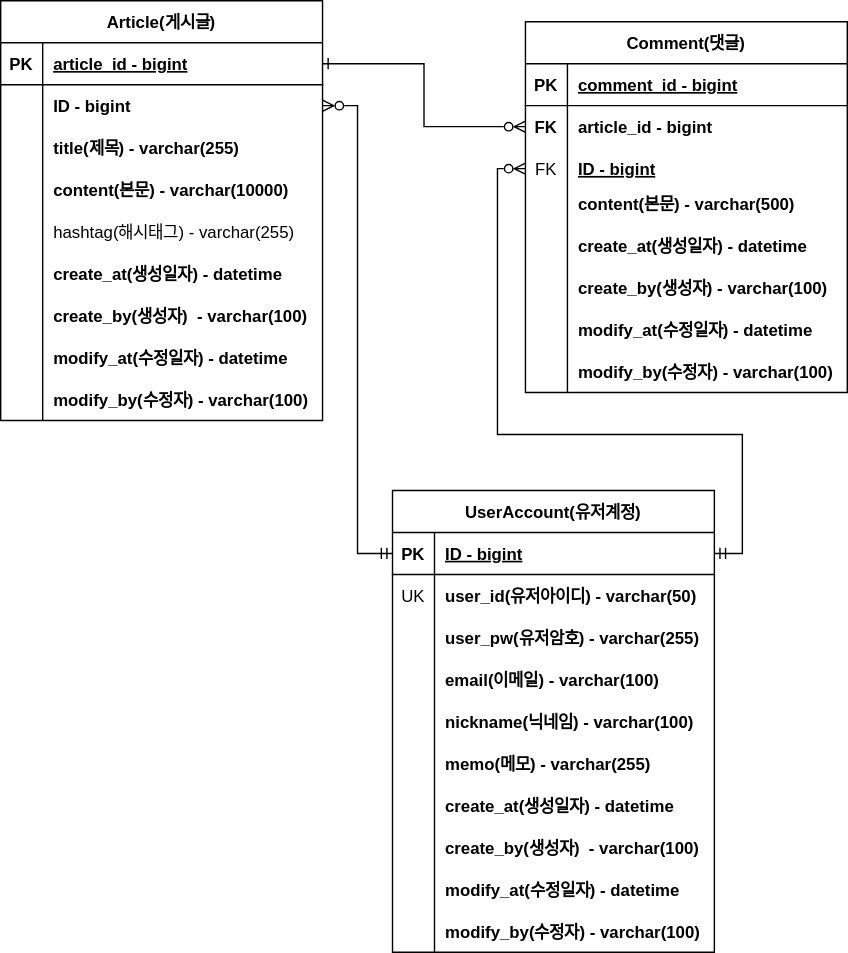
unyo66/KH_Spring keeps this draw.io diagram as project_board/document/ERD.svg. Above is the earlier version. Source tidied: cells renumbered, new cells last; positions are measured from the earlier drawing's top-left corner, leaving out a move shared by most shapes.
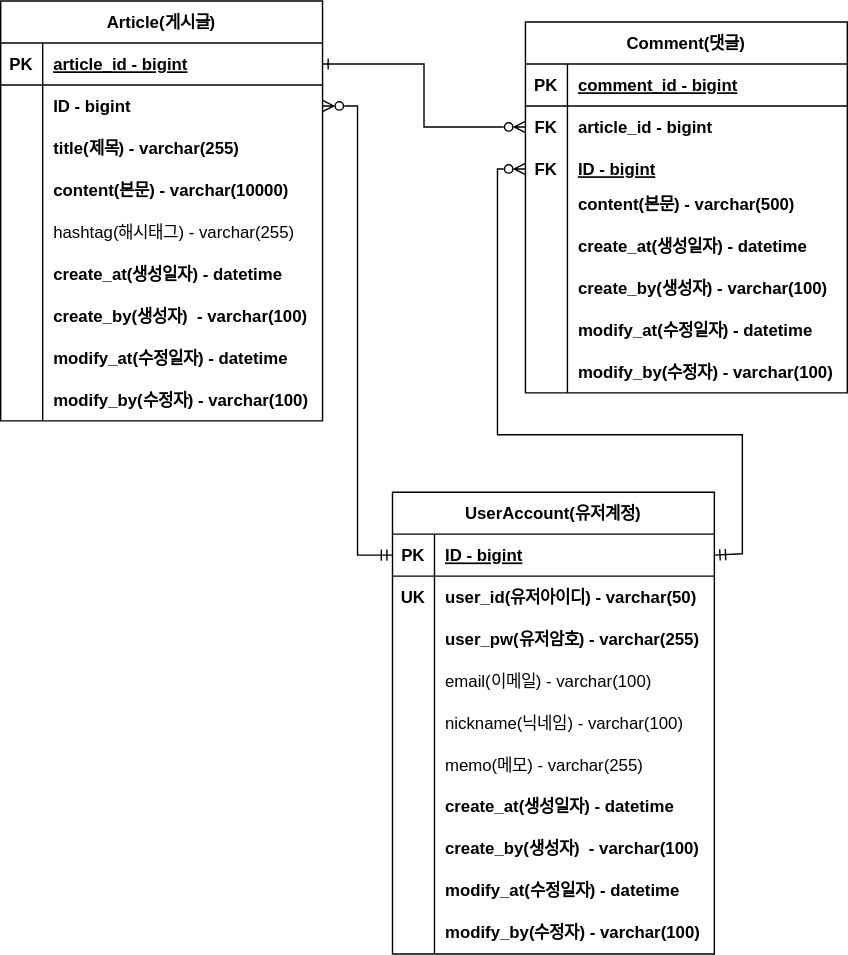
After the commit.

The edit, as a diff of the source:
```diff
@@ -104,7 +104,7 @@
     <mxCell id="35" style="shape=tableRow;horizontal=0;startSize=0;swimlaneHead=0;swimlaneBody=0;fillColor=none;points=[[0,0.5],[1,0.5]];portConstraint=eastwest;top=0;left=0;right=0;bottom=0;" parent="28" vertex="1">
       <mxGeometry y="90" width="230" height="30" as="geometry" />
     </mxCell>
-    <mxCell id="36" value="FK" style="shape=partialRectangle;fillColor=none;top=0;left=0;bottom=0;right=0;overflow=hidden;" parent="35" vertex="1">
+    <mxCell id="36" value="FK" style="shape=partialRectangle;fillColor=none;top=0;left=0;bottom=0;right=0;overflow=hidden;fontStyle=1;" parent="35" vertex="1">
       <mxGeometry width="30" height="30" as="geometry" />
     </mxCell>
     <mxCell id="37" style="shape=partialRectangle;fillColor=none;top=0;left=0;bottom=0;right=0;align=left;spacingLeft=6;overflow=hidden;fontStyle=1;" parent="35" vertex="1">
@@ -147,7 +147,7 @@
       <mxGeometry x="30" width="200" height="55" as="geometry" />
     </mxCell>
     <mxCell id="50" value="UserAccount(유저계정)" style="shape=table;startSize=30;rowLines=0;fontStyle=1;align=center;" parent="1" vertex="1">
-      <mxGeometry x="280" y="350" width="230" height="330" as="geometry" />
+      <mxGeometry x="280" y="351" width="230" height="330" as="geometry" />
     </mxCell>
     <mxCell id="51" style="shape=tableRow;horizontal=0;startSize=0;swimlaneHead=0;swimlaneBody=0;fillColor=none;points=[[0,0.5],[1,0.5]];portConstraint=eastwest;top=0;left=0;right=0;bottom=1;" parent="50" vertex="1">
       <mxGeometry y="30" width="230" height="30" as="geometry" />
@@ -161,7 +161,7 @@
     <mxCell id="54" style="shape=tableRow;horizontal=0;startSize=0;swimlaneHead=0;swimlaneBody=0;fillColor=none;top=0;left=0;right=0;bottom=0;" parent="50" vertex="1">
       <mxGeometry y="60" width="230" height="30" as="geometry" />
     </mxCell>
-    <mxCell id="55" value="UK" style="shape=partialRectangle;fillColor=none;top=0;left=0;bottom=0;right=0;overflow=hidden;fontStyle=0;" parent="54" vertex="1">
+    <mxCell id="55" value="UK" style="shape=partialRectangle;fillColor=none;top=0;left=0;bottom=0;right=0;overflow=hidden;fontStyle=1;" parent="54" vertex="1">
       <mxGeometry width="30" height="30" as="geometry" />
     </mxCell>
     <mxCell id="56" value="user_id(유저아이디) - varchar(50)" style="shape=partialRectangle;fillColor=none;top=0;left=0;bottom=0;right=0;align=left;spacingLeft=6;overflow=hidden;fontStyle=1;" parent="54" vertex="1">
@@ -182,7 +182,7 @@
     <mxCell id="61" style="shape=partialRectangle;fillColor=none;top=0;left=0;bottom=0;right=0;overflow=hidden;" parent="60" vertex="1">
       <mxGeometry width="30" height="30" as="geometry" />
     </mxCell>
-    <mxCell id="62" value="email(이메일) - varchar(100)" style="shape=partialRectangle;fillColor=none;top=0;left=0;bottom=0;right=0;align=left;spacingLeft=6;overflow=hidden;fontStyle=1;" parent="60" vertex="1">
+    <mxCell id="62" value="email(이메일) - varchar(100)" style="shape=partialRectangle;fillColor=none;top=0;left=0;bottom=0;right=0;align=left;spacingLeft=6;overflow=hidden;fontStyle=0;" parent="60" vertex="1">
       <mxGeometry x="30" width="200" height="30" as="geometry" />
     </mxCell>
     <mxCell id="63" style="shape=tableRow;horizontal=0;startSize=0;swimlaneHead=0;swimlaneBody=0;fillColor=none;top=0;left=0;right=0;bottom=0;" parent="50" vertex="1">
@@ -191,7 +191,7 @@
     <mxCell id="64" style="shape=partialRectangle;fillColor=none;top=0;left=0;bottom=0;right=0;overflow=hidden;" parent="63" vertex="1">
       <mxGeometry width="30" height="30" as="geometry" />
     </mxCell>
-    <mxCell id="65" value="nickname(닉네임) - varchar(100)" style="shape=partialRectangle;fillColor=none;top=0;left=0;bottom=0;right=0;align=left;spacingLeft=6;overflow=hidden;fontStyle=1;" parent="63" vertex="1">
+    <mxCell id="65" value="nickname(닉네임) - varchar(100)" style="shape=partialRectangle;fillColor=none;top=0;left=0;bottom=0;right=0;align=left;spacingLeft=6;overflow=hidden;fontStyle=0;" parent="63" vertex="1">
       <mxGeometry x="30" width="200" height="30" as="geometry" />
     </mxCell>
     <mxCell id="66" style="shape=tableRow;horizontal=0;startSize=0;swimlaneHead=0;swimlaneBody=0;fillColor=none;top=0;left=0;right=0;bottom=0;" parent="50" vertex="1">
@@ -200,7 +200,7 @@
     <mxCell id="67" style="shape=partialRectangle;fillColor=none;top=0;left=0;bottom=0;right=0;overflow=hidden;" parent="66" vertex="1">
       <mxGeometry width="30" height="30" as="geometry" />
     </mxCell>
-    <mxCell id="68" value="memo(메모) - varchar(255)" style="shape=partialRectangle;fillColor=none;top=0;left=0;bottom=0;right=0;align=left;spacingLeft=6;overflow=hidden;fontStyle=1;" parent="66" vertex="1">
+    <mxCell id="68" value="memo(메모) - varchar(255)" style="shape=partialRectangle;fillColor=none;top=0;left=0;bottom=0;right=0;align=left;spacingLeft=6;overflow=hidden;fontStyle=0;" parent="66" vertex="1">
       <mxGeometry x="30" width="200" height="30" as="geometry" />
     </mxCell>
     <mxCell id="69" style="shape=tableRow;horizontal=0;startSize=0;swimlaneHead=0;swimlaneBody=0;fillColor=none;top=0;left=0;right=0;bottom=0;" parent="50" vertex="1">
```
